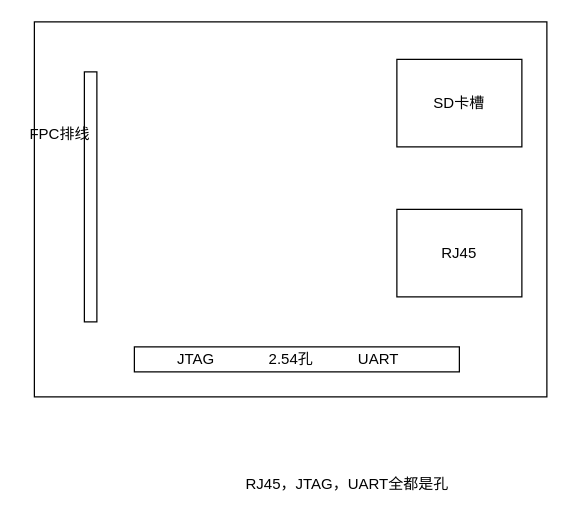
The draw.io diagram sd.drawio in Momenttt/hellogithub, before the edit. Source tidied: cells renumbered, new cells numbered last; positions are measured from the earlier drawing's top-left corner, leaving out a move shared by most shapes. Both pictures are drawn from the tidied source at 125%, with x=0, y=0 at pixel (21, 21).
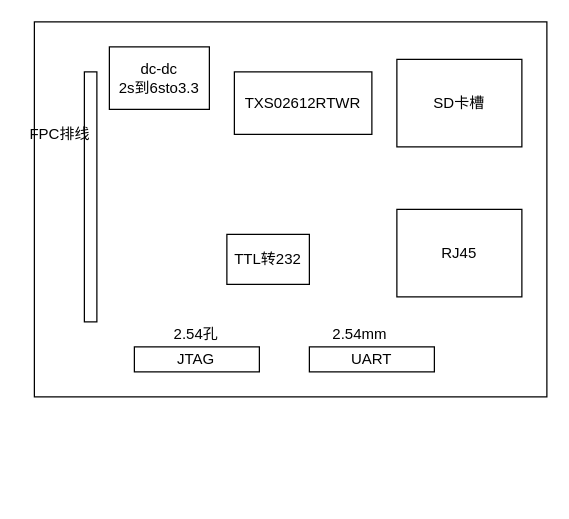
The same diagram, later.

Diff of the diagram source:
```diff
@@
 <mxGraphModel>
   <root>
     <mxCell id="0" />
     <mxCell id="1" parent="0" />
     <mxCell id="2" style="rounded=0;whiteSpace=wrap;html=1;" parent="1" vertex="1">
       <mxGeometry x="10" width="410" height="300" as="geometry" />
     </mxCell>
     <mxCell id="3" style="rounded=0;whiteSpace=wrap;html=1;" parent="1" vertex="1">
       <mxGeometry x="50" y="40" width="10" height="200" as="geometry" />
     </mxCell>
     <mxCell id="4" value="FPC排线" style="text;html=1;align=center;verticalAlign=middle;" parent="1" vertex="1">
       <mxGeometry y="80" width="60" height="20" as="geometry" />
     </mxCell>
     <mxCell id="5" value="SD卡槽" style="rounded=0;whiteSpace=wrap;html=1;" parent="1" vertex="1">
       <mxGeometry x="300" y="30" width="100" height="70" as="geometry" />
     </mxCell>
     <mxCell id="6" style="rounded=0;whiteSpace=wrap;html=1;" parent="1" vertex="1">
-      <mxGeometry x="90" y="260" width="260" height="20" as="geometry" />
+      <mxGeometry x="90" y="260" width="100" height="20" as="geometry" />
     </mxCell>
     <mxCell id="7" value="2.54孔" style="text;html=1;align=center;verticalAlign=middle;" parent="1" vertex="1">
-      <mxGeometry x="190" y="260" width="50" height="20" as="geometry" />
+      <mxGeometry x="114" y="240" width="50" height="20" as="geometry" />
     </mxCell>
     <mxCell id="8" value="JTAG" style="text;html=1;align=center;verticalAlign=middle;" parent="1" vertex="1">
       <mxGeometry x="114" y="260" width="50" height="20" as="geometry" />
     </mxCell>
+    <mxCell id="10" value="RJ45" style="rounded=0;whiteSpace=wrap;html=1;" parent="1" vertex="1">
+      <mxGeometry x="300" y="150" width="100" height="70" as="geometry" />
+    </mxCell>
+    <mxCell id="12" value="dc-dc&lt;br&gt;2s到6sto3.3" style="rounded=0;whiteSpace=wrap;html=1;" parent="1" vertex="1">
+      <mxGeometry x="70" y="20" width="80" height="50" as="geometry" />
+    </mxCell>
+    <mxCell id="13" value="TXS02612RTWR" style="rounded=0;whiteSpace=wrap;html=1;" parent="1" vertex="1">
+      <mxGeometry x="170" y="40" width="110" height="50" as="geometry" />
+    </mxCell>
-    <mxCell id="9" value="UART" style="text;html=1;align=center;verticalAlign=middle;" parent="1" vertex="1">
-      <mxGeometry x="260" y="260" width="50" height="20" as="geometry" />
+    <mxCell id="9" value="UART" style="rounded=0;whiteSpace=wrap;html=1;" parent="1" vertex="1">
+      <mxGeometry x="230" y="260" width="100" height="20" as="geometry" />
     </mxCell>
-    <mxCell id="10" value="RJ45" style="rounded=0;whiteSpace=wrap;html=1;" parent="1" vertex="1">
-      <mxGeometry x="300" y="150" width="100" height="70" as="geometry" />
-    </mxCell>
-    <mxCell id="11" value="RJ45，JTAG，UART全都是孔" style="text;html=1;align=center;verticalAlign=middle;" parent="1" vertex="1">
-      <mxGeometry x="170" y="360" width="180" height="20" as="geometry" />
-    </mxCell>
+    <mxCell id="14" value="2.54mm" style="text;html=1;align=center;verticalAlign=middle;" parent="1" vertex="1">
+      <mxGeometry x="240" y="240" width="60" height="20" as="geometry" />
+    </mxCell>
+    <mxCell id="15" value="TTL转232" style="rounded=0;whiteSpace=wrap;html=1;" parent="1" vertex="1">
+      <mxGeometry x="164" y="170" width="66" height="40" as="geometry" />
+    </mxCell>
   </root>
 </mxGraphModel>
```
